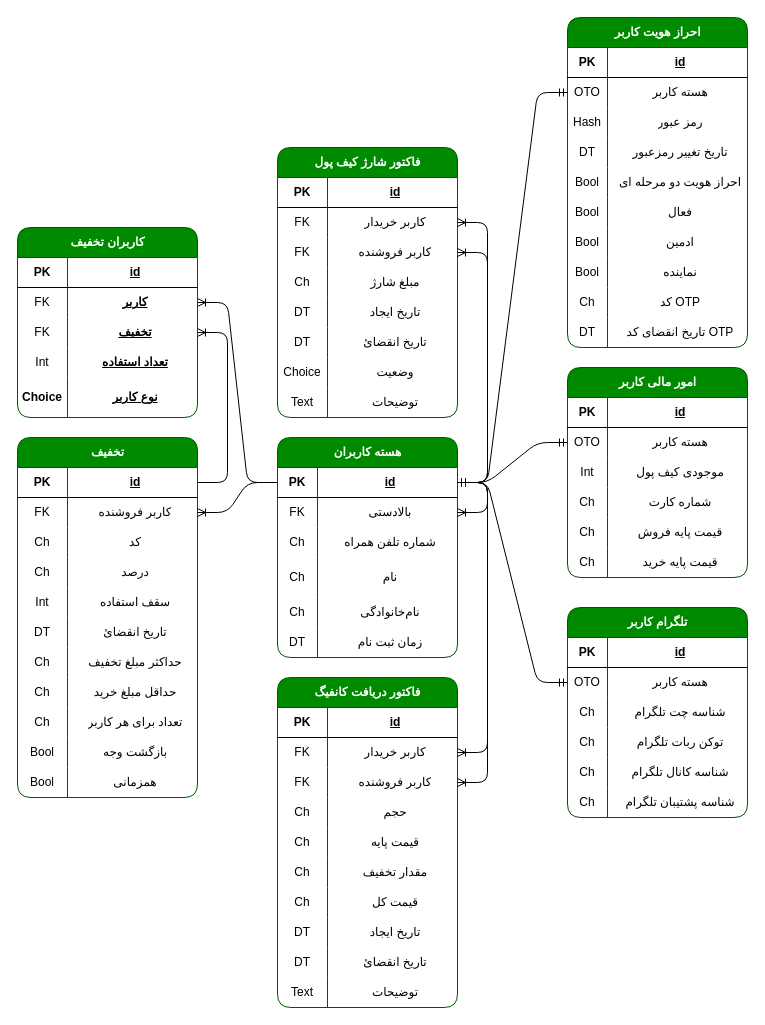
Above: DBMap.drawio in rasraz/representative_panel (draw.io), before the change. Source tidied: cells renumbered, new cells numbered last; positions are measured from the earlier drawing's top-left corner, leaving out a move shared by most shapes. Both pictures are drawn from the tidied source at 100%, with x=0, y=0 at pixel (17, 17).
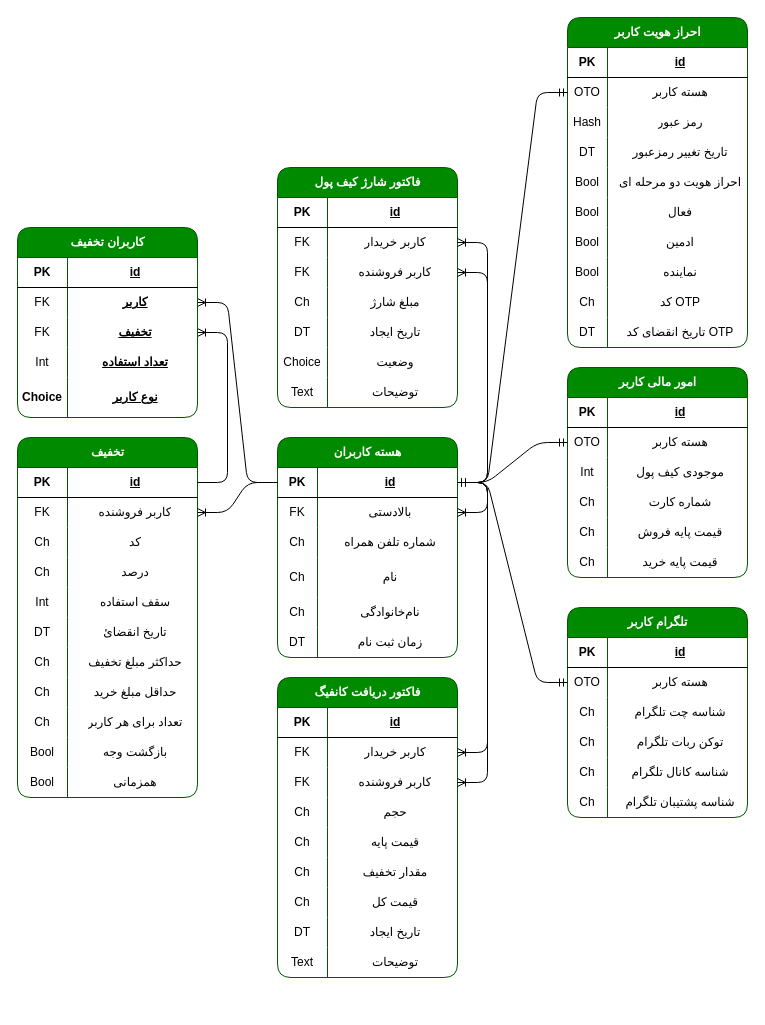
The same page after the edit.

Diff of the diagram source:
```diff
@@
     <mxCell id="2" value="فاکتور شارژ کیف پول" style="shape=table;startSize=30;childLayout=tableLayout;rowLines=0;fontStyle=1;align=center;html=1;rounded=1;fillColor=#008a00;fontColor=#ffffff;strokeColor=#005700;swimlaneFillColor=default;" parent="1" vertex="1">
-      <mxGeometry x="260" y="130" width="180" height="270" as="geometry" />
+      <mxGeometry x="260" y="150" width="180" height="240" as="geometry" />
     </mxCell>
@@
-    <mxCell id="18" style="shape=tableRow;horizontal=0;startSize=0;swimlaneHead=0;swimlaneBody=0;fillColor=none;top=0;left=0;right=0;bottom=0;swimlaneFillColor=default;" parent="2" vertex="1">
-      <mxGeometry y="180" width="180" height="30" as="geometry" />
-    </mxCell>
-    <mxCell id="19" value="DT" style="shape=partialRectangle;fillColor=none;top=0;left=0;bottom=0;right=0;overflow=hidden;whiteSpace=wrap;html=1;swimlaneFillColor=default;" parent="18" vertex="1">
-      <mxGeometry width="50" height="30" as="geometry" />
-    </mxCell>
-    <mxCell id="20" value="تاریخ انقضائ" style="shape=partialRectangle;fillColor=none;top=0;left=0;bottom=0;right=0;align=center;spacingLeft=6;overflow=hidden;whiteSpace=wrap;html=1;swimlaneFillColor=default;" parent="18" vertex="1">
-      <mxGeometry x="50" width="130" height="30" as="geometry" />
-    </mxCell>
     <mxCell id="21" style="shape=tableRow;horizontal=0;startSize=0;swimlaneHead=0;swimlaneBody=0;fillColor=none;top=0;left=0;right=0;bottom=0;swimlaneFillColor=default;" parent="2" vertex="1">
-      <mxGeometry y="210" width="180" height="30" as="geometry" />
+      <mxGeometry y="180" width="180" height="30" as="geometry" />
     </mxCell>
@@
     <mxCell id="24" style="shape=tableRow;horizontal=0;startSize=0;swimlaneHead=0;swimlaneBody=0;fillColor=none;top=0;left=0;right=0;bottom=0;swimlaneFillColor=default;" parent="2" vertex="1">
-      <mxGeometry y="240" width="180" height="30" as="geometry" />
+      <mxGeometry y="210" width="180" height="30" as="geometry" />
     </mxCell>
@@
     <mxCell id="174" value="فاکتور دریافت کانفیگ" style="shape=table;startSize=30;childLayout=tableLayout;rowLines=0;fontStyle=1;align=center;html=1;rounded=1;fillColor=#008a00;fontColor=#ffffff;strokeColor=#005700;swimlaneFillColor=default;" parent="1" vertex="1">
-      <mxGeometry x="260" y="660" width="180" height="330" as="geometry" />
+      <mxGeometry x="260" y="660" width="180" height="300" as="geometry" />
     </mxCell>
@@
-    <mxCell id="199" style="shape=tableRow;horizontal=0;startSize=0;swimlaneHead=0;swimlaneBody=0;fillColor=none;top=0;left=0;right=0;bottom=0;swimlaneFillColor=default;" parent="174" vertex="1">
-      <mxGeometry y="270" width="180" height="30" as="geometry" />
-    </mxCell>
-    <mxCell id="200" value="DT" style="shape=partialRectangle;fillColor=none;top=0;left=0;bottom=0;right=0;overflow=hidden;whiteSpace=wrap;html=1;swimlaneFillColor=default;" parent="199" vertex="1">
-      <mxGeometry width="50" height="30" as="geometry" />
-    </mxCell>
-    <mxCell id="201" value="تاریخ انقضائ" style="shape=partialRectangle;fillColor=none;top=0;left=0;bottom=0;right=0;align=center;spacingLeft=6;overflow=hidden;whiteSpace=wrap;html=1;swimlaneFillColor=default;" parent="199" vertex="1">
-      <mxGeometry x="50" width="130" height="30" as="geometry" />
-    </mxCell>
     <mxCell id="202" style="shape=tableRow;horizontal=0;startSize=0;swimlaneHead=0;swimlaneBody=0;fillColor=none;top=0;left=0;right=0;bottom=0;swimlaneFillColor=default;" parent="174" vertex="1">
-      <mxGeometry y="300" width="180" height="30" as="geometry" />
+      <mxGeometry y="270" width="180" height="30" as="geometry" />
     </mxCell>
```
